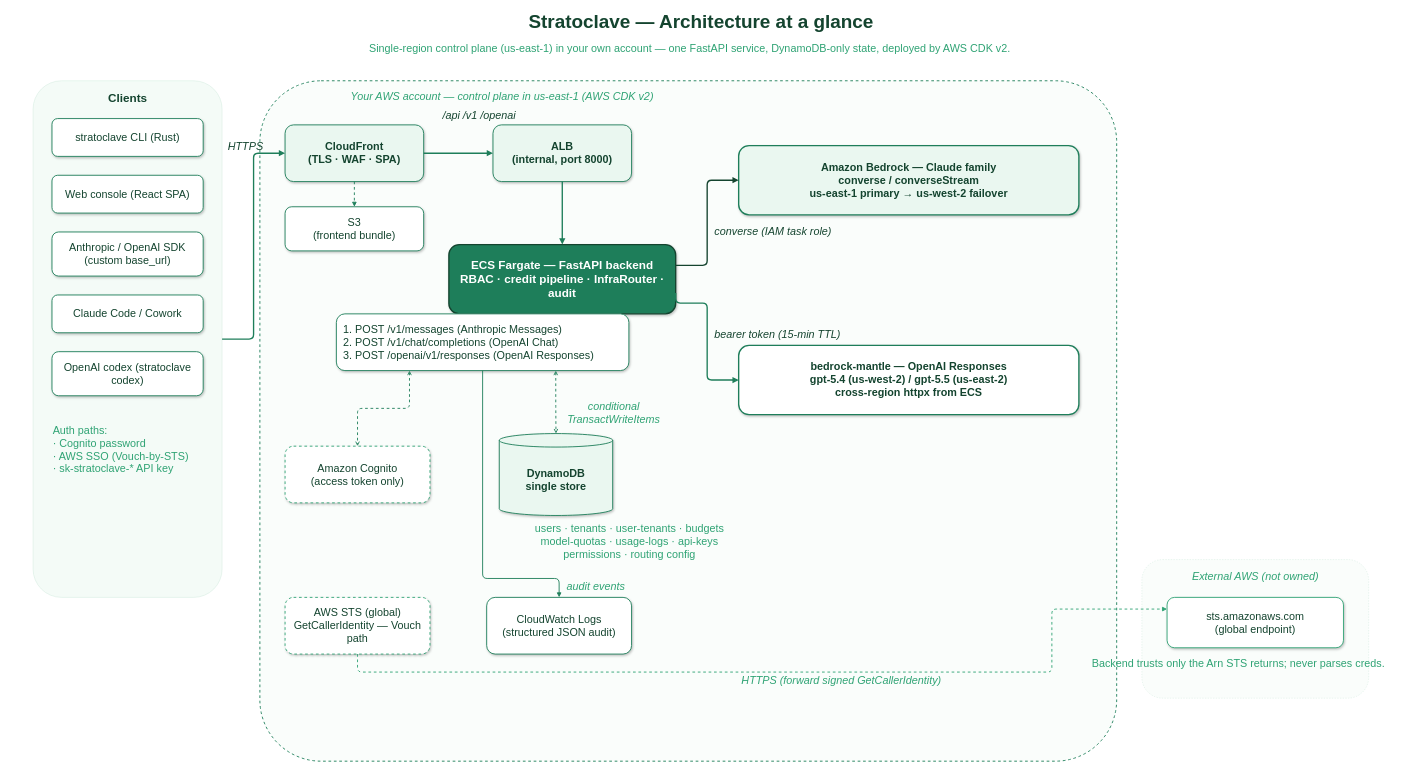
This is docs/diagrams/architecture.drawio from littlemex/stratoclave, a draw.io file, before an edit. Source tidied: cells renumbered, new cells numbered last; positions are measured from the earlier drawing's top-left corner, leaving out a move shared by most shapes. Both pictures are drawn from the tidied source at 45%, with x=0, y=0 at pixel (8, 8).
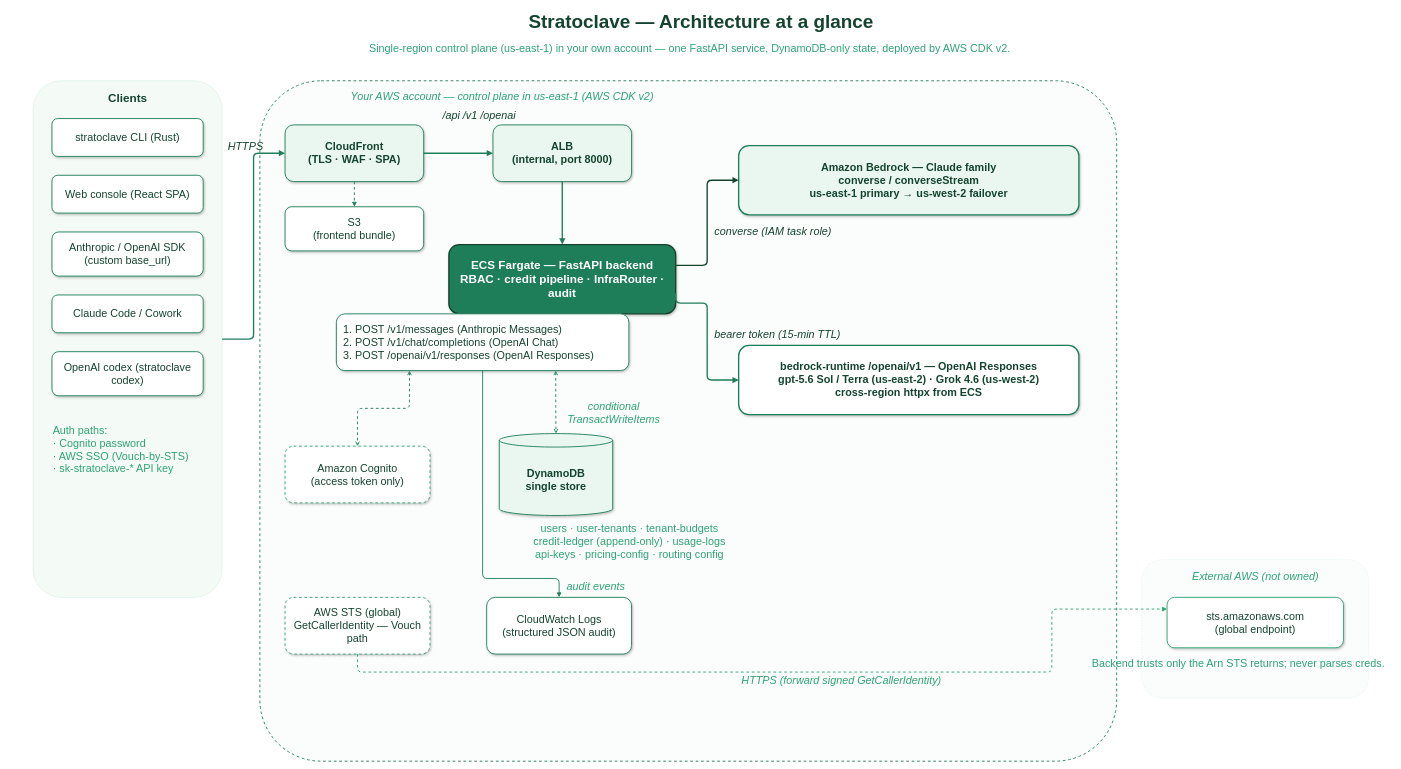
After the change.

Change to the diagram source:
```diff
@@
-    <mxCell id="21" value="users · tenants · user-tenants · budgets&#10;model-quotas · usage-logs · api-keys&#10;permissions · routing config" style="text;html=1;align=center;fontSize=24;fontColor=#2FA374;" parent="1" vertex="1">
+    <mxCell id="21" value="users · user-tenants · tenant-budgets&#10;credit-ledger (append-only) · usage-logs&#10;api-keys · pricing-config · routing config" style="text;html=1;align=center;fontSize=24;fontColor=#2FA374;" parent="1" vertex="1">
       <mxGeometry x="1120" y="1136" width="522" height="84" as="geometry" />
     </mxCell>
@@
-    <mxCell id="25" value="bedrock-mantle — OpenAI Responses&#10;gpt-5.4 (us-west-2) / gpt-5.5 (us-east-2)&#10;cross-region httpx from ECS" style="rounded=1;whiteSpace=wrap;html=1;fillColor=#FFFFFF;strokeColor=#1E7E5A;strokeWidth=3;fontSize=24;fontColor=#14442F;fontStyle=1;verticalAlign=middle;shadow=1;" parent="1" vertex="1">
+    <mxCell id="25" value="bedrock-runtime /openai/v1 — OpenAI Responses&#10;gpt-5.6 Sol / Terra (us-east-2) · Grok 4.6 (us-west-2)&#10;cross-region httpx from ECS" style="rounded=1;whiteSpace=wrap;html=1;fillColor=#FFFFFF;strokeColor=#1E7E5A;strokeWidth=3;fontSize=24;fontColor=#14442F;fontStyle=1;verticalAlign=middle;shadow=1;" parent="1" vertex="1">
       <mxGeometry x="1624" y="750" width="756" height="154" as="geometry" />
     </mxCell>
```
